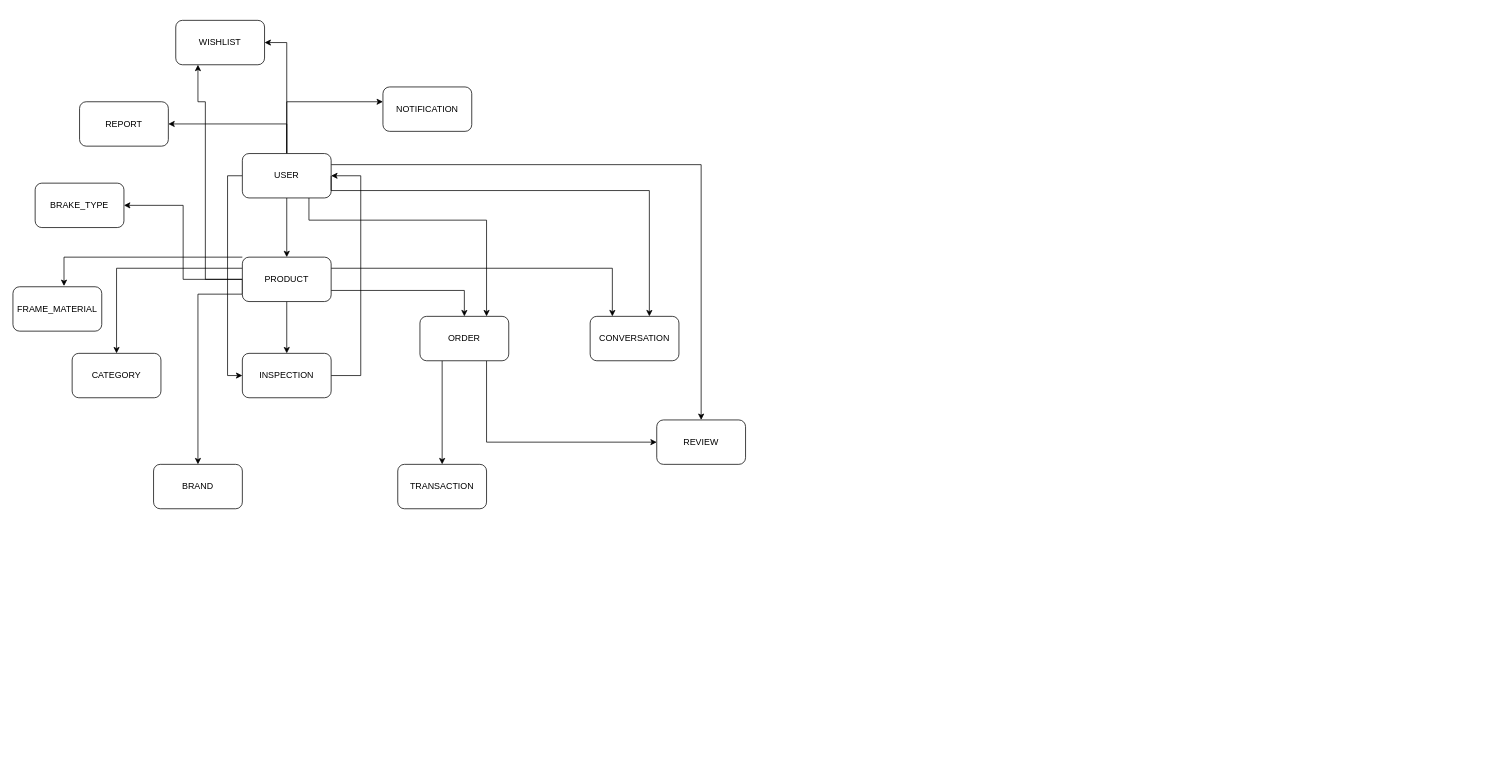
Before: CONCEPTUAL-ERD.drawio in DarwinDO/old-bicycles-project, a draw.io diagram. Source tidied: cells renumbered, new cells numbered last; positions are measured from the earlier drawing's top-left corner, leaving out a move shared by most shapes. Both pictures are drawn from the tidied source at 74%, with x=0, y=0 at pixel (13, 20).
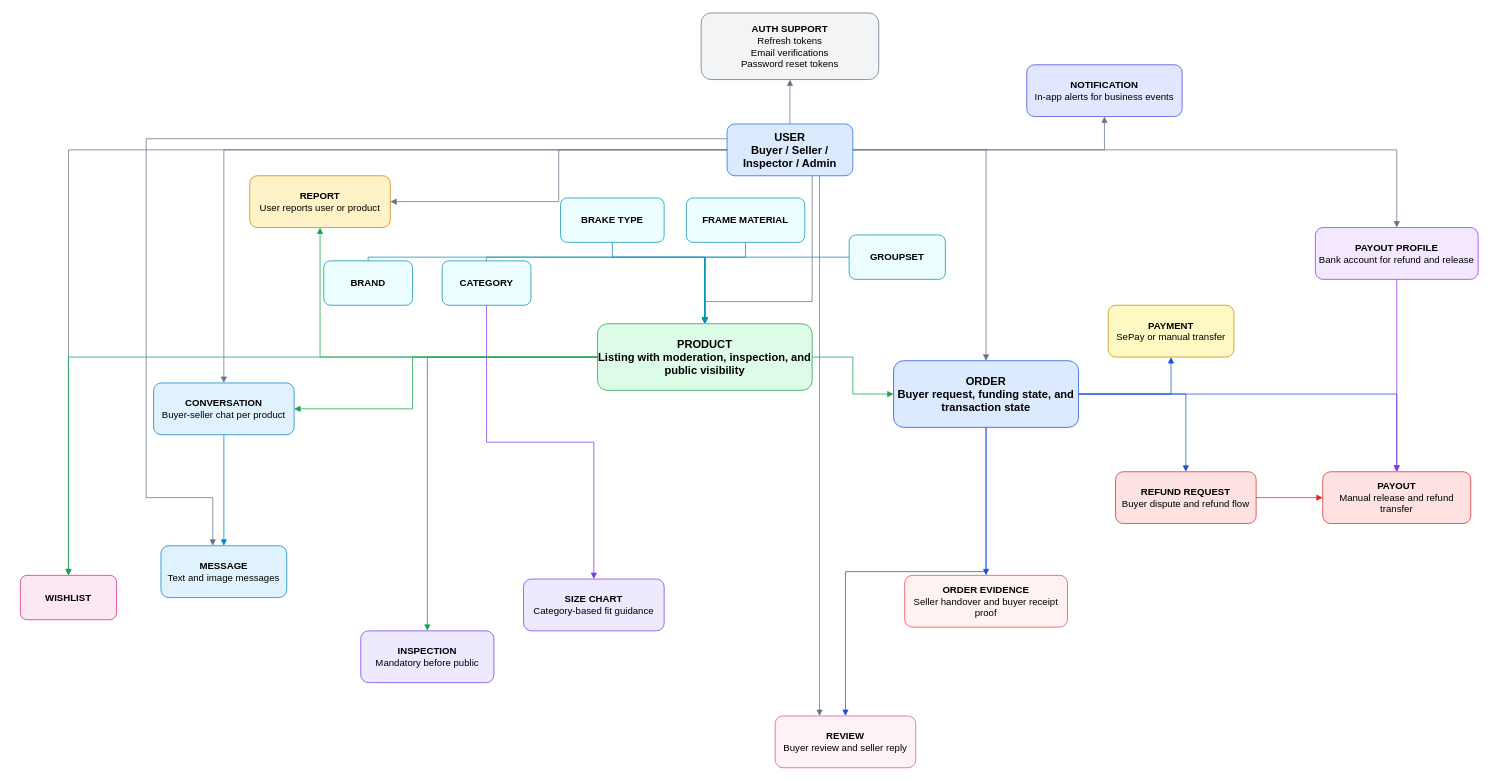
The same diagram, later.

Diff of the diagram source:
```diff
@@
-    <mxCell id="2" style="edgeStyle=orthogonalEdgeStyle;rounded=0;jettySize=auto;html=1;exitX=0.5;exitY=0;exitDx=0;exitDy=0;entryX=1;entryY=0.5;entryDx=0;entryDy=0;" parent="1" edge="1" source="9" target="10">
-      <mxGeometry relative="1" as="geometry" />
-    </mxCell>
-    <mxCell id="3" style="edgeStyle=orthogonalEdgeStyle;rounded=0;jettySize=auto;html=1;exitX=0.5;exitY=1;exitDx=0;exitDy=0;entryX=0.5;entryY=0;entryDx=0;entryDy=0;" parent="1" edge="1" source="9" target="18">
-      <mxGeometry relative="1" as="geometry" />
-    </mxCell>
-    <mxCell id="4" style="edgeStyle=orthogonalEdgeStyle;rounded=0;jettySize=auto;html=1;exitX=0;exitY=0.5;exitDx=0;exitDy=0;entryX=0;entryY=0.5;entryDx=0;entryDy=0;" parent="1" edge="1" source="9" target="20">
-      <mxGeometry relative="1" as="geometry" />
-    </mxCell>
-    <mxCell id="5" style="edgeStyle=orthogonalEdgeStyle;rounded=0;jettySize=auto;html=1;exitX=1;exitY=0.25;exitDx=0;exitDy=0;entryX=0.5;entryY=0;entryDx=0;entryDy=0;" parent="1" edge="1" source="9" target="28">
-      <mxGeometry relative="1" as="geometry" />
-    </mxCell>
-    <mxCell id="6" style="edgeStyle=orthogonalEdgeStyle;rounded=0;jettySize=auto;html=1;exitX=0.75;exitY=1;exitDx=0;exitDy=0;entryX=0.75;entryY=0;entryDx=0;entryDy=0;" parent="1" edge="1" source="9" target="25">
-      <mxGeometry relative="1" as="geometry">
-        <Array as="points">
-          <mxPoint x="400" y="270" />
-          <mxPoint x="640" y="270" />
-        </Array>
-      </mxGeometry>
-    </mxCell>
-    <mxCell id="7" style="edgeStyle=orthogonalEdgeStyle;rounded=0;jettySize=auto;html=1;" parent="1" edge="1" source="9" target="33">
-      <mxGeometry relative="1" as="geometry">
-        <Array as="points">
-          <mxPoint x="370" y="110" />
-        </Array>
-      </mxGeometry>
-    </mxCell>
-    <mxCell id="8" style="edgeStyle=orthogonalEdgeStyle;rounded=0;jettySize=auto;html=1;entryX=1;entryY=0.5;entryDx=0;entryDy=0;" parent="1" edge="1" source="9" target="34">
-      <mxGeometry relative="1" as="geometry" />
-    </mxCell>
-    <mxCell id="9" value="USER" style="rounded=1;whiteSpace=wrap;html=1;" parent="1" vertex="1">
-      <mxGeometry x="310" y="180" width="120" height="60" as="geometry" />
-    </mxCell>
-    <mxCell id="10" value="REPORT" style="rounded=1;whiteSpace=wrap;html=1;" parent="1" vertex="1">
-      <mxGeometry x="90" y="110" width="120" height="60" as="geometry" />
-    </mxCell>
-    <mxCell id="11" style="edgeStyle=orthogonalEdgeStyle;rounded=0;jettySize=auto;html=1;exitX=0.5;exitY=1;exitDx=0;exitDy=0;entryX=0.5;entryY=0;entryDx=0;entryDy=0;" parent="1" edge="1" source="18" target="20">
-      <mxGeometry relative="1" as="geometry" />
-    </mxCell>
-    <mxCell id="12" style="edgeStyle=orthogonalEdgeStyle;rounded=0;jettySize=auto;html=1;exitX=0;exitY=0.5;exitDx=0;exitDy=0;entryX=0.5;entryY=0;entryDx=0;entryDy=0;" parent="1" edge="1" source="18" target="21">
-      <mxGeometry relative="1" as="geometry">
-        <Array as="points">
-          <mxPoint x="310" y="370" />
-          <mxPoint x="250" y="370" />
-        </Array>
-      </mxGeometry>
-    </mxCell>
-    <mxCell id="13" style="edgeStyle=orthogonalEdgeStyle;rounded=0;jettySize=auto;html=1;exitX=0;exitY=0.25;exitDx=0;exitDy=0;entryX=0.5;entryY=0;entryDx=0;entryDy=0;" parent="1" edge="1" source="18" target="22">
-      <mxGeometry relative="1" as="geometry" />
-    </mxCell>
-    <mxCell id="14" style="edgeStyle=orthogonalEdgeStyle;rounded=0;jettySize=auto;html=1;exitX=1;exitY=0.75;exitDx=0;exitDy=0;" parent="1" edge="1" source="18" target="25">
-      <mxGeometry relative="1" as="geometry" />
-    </mxCell>
-    <mxCell id="15" style="edgeStyle=orthogonalEdgeStyle;rounded=0;jettySize=auto;html=1;exitX=1;exitY=0.25;exitDx=0;exitDy=0;entryX=0.25;entryY=0;entryDx=0;entryDy=0;" parent="1" edge="1" source="18" target="26">
-      <mxGeometry relative="1" as="geometry">
-        <Array as="points">
-          <mxPoint x="810" y="335" />
-        </Array>
-      </mxGeometry>
-    </mxCell>
-    <mxCell id="16" style="edgeStyle=orthogonalEdgeStyle;rounded=0;jettySize=auto;html=1;entryX=1;entryY=0.5;entryDx=0;entryDy=0;" parent="1" edge="1" source="18" target="30">
-      <mxGeometry relative="1" as="geometry" />
-    </mxCell>
-    <mxCell id="17" style="edgeStyle=orthogonalEdgeStyle;rounded=0;jettySize=auto;html=1;entryX=0.25;entryY=1;entryDx=0;entryDy=0;" parent="1" edge="1" source="18" target="34">
-      <mxGeometry relative="1" as="geometry">
-        <Array as="points">
-          <mxPoint x="260" y="350" />
-          <mxPoint x="260" y="110" />
-          <mxPoint x="250" y="110" />
-        </Array>
-      </mxGeometry>
-    </mxCell>
-    <mxCell id="18" value="PRODUCT" style="rounded=1;whiteSpace=wrap;html=1;" parent="1" vertex="1">
-      <mxGeometry x="310" y="320" width="120" height="60" as="geometry" />
-    </mxCell>
-    <mxCell id="19" style="edgeStyle=orthogonalEdgeStyle;rounded=0;jettySize=auto;html=1;exitX=1;exitY=0.5;exitDx=0;exitDy=0;entryX=1;entryY=0.5;entryDx=0;entryDy=0;" parent="1" edge="1" source="20" target="9">
-      <mxGeometry relative="1" as="geometry">
-        <Array as="points">
-          <mxPoint x="470" y="480" />
-          <mxPoint x="470" y="210" />
-        </Array>
-      </mxGeometry>
-    </mxCell>
-    <mxCell id="20" value="INSPECTION" style="rounded=1;whiteSpace=wrap;html=1;" parent="1" vertex="1">
-      <mxGeometry x="310" y="450" width="120" height="60" as="geometry" />
-    </mxCell>
+    <mxCell id="35" value="&lt;b&gt;AUTH SUPPORT&lt;/b&gt;&lt;br/&gt;Refresh tokens&lt;br/&gt;Email verifications&lt;br/&gt;Password reset tokens" style="rounded=1;whiteSpace=wrap;html=1;fillColor=#f3f4f6;strokeColor=#64748b;fontSize=13;" parent="1" vertex="1">
+      <mxGeometry x="930" y="-10" width="240" height="90" as="geometry" />
+    </mxCell>
+    <mxCell id="36" value="&lt;b&gt;USER&lt;/b&gt;&lt;br/&gt;Buyer / Seller / Inspector / Admin" style="rounded=1;whiteSpace=wrap;html=1;fillColor=#dbeafe;strokeColor=#2563eb;fontSize=15;fontStyle=1;" parent="1" vertex="1">
+      <mxGeometry x="965" y="140" width="170" height="70" as="geometry" />
+    </mxCell>
+    <mxCell id="37" value="&lt;b&gt;REPORT&lt;/b&gt;&lt;br/&gt;User reports user or product" style="rounded=1;whiteSpace=wrap;html=1;fillColor=#fef3c7;strokeColor=#d97706;fontSize=13;" parent="1" vertex="1">
+      <mxGeometry x="320" y="210" width="190" height="70" as="geometry" />
+    </mxCell>
-    <mxCell id="21" value="BRAND" style="rounded=1;whiteSpace=wrap;html=1;" parent="1" vertex="1">
-      <mxGeometry x="190" y="600" width="120" height="60" as="geometry" />
+    <mxCell id="21" value="&lt;b&gt;BRAND&lt;/b&gt;" style="rounded=1;whiteSpace=wrap;html=1;fillColor=#ecfeff;strokeColor=#0891b2;fontSize=13;" parent="1" vertex="1">
+      <mxGeometry x="420" y="325" width="120" height="60" as="geometry" />
     </mxCell>
-    <mxCell id="22" value="CATEGORY" style="rounded=1;whiteSpace=wrap;html=1;" parent="1" vertex="1">
-      <mxGeometry x="80" y="450" width="120" height="60" as="geometry" />
+    <mxCell id="22" value="&lt;b&gt;CATEGORY&lt;/b&gt;" style="rounded=1;whiteSpace=wrap;html=1;fillColor=#ecfeff;strokeColor=#0891b2;fontSize=13;" parent="1" vertex="1">
+      <mxGeometry x="580" y="325" width="120" height="60" as="geometry" />
     </mxCell>
-    <mxCell id="23" style="edgeStyle=orthogonalEdgeStyle;rounded=0;jettySize=auto;html=1;exitX=0.75;exitY=1;exitDx=0;exitDy=0;entryX=0;entryY=0.5;entryDx=0;entryDy=0;" parent="1" edge="1" source="25" target="28">
-      <mxGeometry relative="1" as="geometry" />
-    </mxCell>
-    <mxCell id="24" style="edgeStyle=orthogonalEdgeStyle;rounded=0;jettySize=auto;html=1;exitX=0.25;exitY=1;exitDx=0;exitDy=0;" parent="1" edge="1" source="25" target="27">
-      <mxGeometry relative="1" as="geometry" />
-    </mxCell>
-    <mxCell id="25" value="ORDER" style="rounded=1;whiteSpace=wrap;html=1;" parent="1" vertex="1">
-      <mxGeometry x="550" y="400" width="120" height="60" as="geometry" />
-    </mxCell>
-    <mxCell id="26" value="CONVERSATION" style="rounded=1;whiteSpace=wrap;html=1;" parent="1" vertex="1">
-      <mxGeometry x="780" y="400" width="120" height="60" as="geometry" />
-    </mxCell>
-    <mxCell id="27" value="TRANSACTION" style="rounded=1;whiteSpace=wrap;html=1;" parent="1" vertex="1">
-      <mxGeometry x="520" y="600" width="120" height="60" as="geometry" />
-    </mxCell>
-    <mxCell id="28" value="REVIEW" style="rounded=1;whiteSpace=wrap;html=1;" parent="1" vertex="1">
-      <mxGeometry x="870" y="540" width="120" height="60" as="geometry" />
-    </mxCell>
-    <mxCell id="29" style="edgeStyle=orthogonalEdgeStyle;rounded=0;jettySize=auto;html=1;exitX=1;exitY=0.5;exitDx=0;exitDy=0;" parent="1" edge="1" source="9" target="26">
-      <mxGeometry relative="1" as="geometry">
-        <Array as="points">
-          <mxPoint x="430" y="230" />
-          <mxPoint x="860" y="230" />
-        </Array>
-      </mxGeometry>
-    </mxCell>
-    <mxCell id="30" value="BRAKE_TYPE" style="rounded=1;whiteSpace=wrap;html=1;" parent="1" vertex="1">
-      <mxGeometry x="30" y="220" width="120" height="60" as="geometry" />
-    </mxCell>
-    <mxCell id="31" value="FRAME_MATERIAL" style="rounded=1;whiteSpace=wrap;html=1;" parent="1" vertex="1">
-      <mxGeometry y="360" width="120" height="60" as="geometry" />
-    </mxCell>
-    <mxCell id="32" style="edgeStyle=orthogonalEdgeStyle;rounded=0;jettySize=auto;html=1;entryX=0.575;entryY=-0.017;entryDx=0;entryDy=0;entryPerimeter=0;" parent="1" edge="1" source="18" target="31">
-      <mxGeometry relative="1" as="geometry">
-        <Array as="points">
-          <mxPoint x="69" y="320" />
-        </Array>
-      </mxGeometry>
-    </mxCell>
-    <mxCell id="33" value="NOTIFICATION" style="rounded=1;whiteSpace=wrap;html=1;" parent="1" vertex="1">
-      <mxGeometry x="500" y="90" width="120" height="60" as="geometry" />
-    </mxCell>
+    <mxCell id="38" value="&lt;b&gt;BRAKE TYPE&lt;/b&gt;" style="rounded=1;whiteSpace=wrap;html=1;fillColor=#ecfeff;strokeColor=#0891b2;fontSize=13;" parent="1" vertex="1">
+      <mxGeometry x="740" y="240" width="140" height="60" as="geometry" />
+    </mxCell>
+    <mxCell id="39" value="&lt;b&gt;FRAME MATERIAL&lt;/b&gt;" style="rounded=1;whiteSpace=wrap;html=1;fillColor=#ecfeff;strokeColor=#0891b2;fontSize=13;" parent="1" vertex="1">
+      <mxGeometry x="910" y="240" width="160" height="60" as="geometry" />
+    </mxCell>
+    <mxCell id="40" value="&lt;b&gt;GROUPSET&lt;/b&gt;" style="rounded=1;whiteSpace=wrap;html=1;fillColor=#ecfeff;strokeColor=#0891b2;fontSize=13;" parent="1" vertex="1">
+      <mxGeometry x="1130" y="290" width="130" height="60" as="geometry" />
+    </mxCell>
+    <mxCell id="41" value="&lt;b&gt;PRODUCT&lt;/b&gt;&lt;br/&gt;Listing with moderation, inspection, and public visibility" style="rounded=1;whiteSpace=wrap;html=1;fillColor=#dcfce7;strokeColor=#16a34a;fontSize=15;fontStyle=1;" parent="1" vertex="1">
+      <mxGeometry x="790" y="410" width="290" height="90" as="geometry" />
+    </mxCell>
-    <mxCell id="34" value="WISHLIST" style="rounded=1;whiteSpace=wrap;html=1;" parent="1" vertex="1">
-      <mxGeometry x="220" width="120" height="60" as="geometry" />
+    <mxCell id="34" value="&lt;b&gt;WISHLIST&lt;/b&gt;" style="rounded=1;whiteSpace=wrap;html=1;fillColor=#fce7f3;strokeColor=#db2777;fontSize=13;" parent="1" vertex="1">
+      <mxGeometry x="10" y="750" width="130" height="60" as="geometry" />
     </mxCell>
+    <mxCell id="42" value="&lt;b&gt;INSPECTION&lt;/b&gt;&lt;br/&gt;Mandatory before public" style="rounded=1;whiteSpace=wrap;html=1;fillColor=#ede9fe;strokeColor=#7c3aed;fontSize=13;" parent="1" vertex="1">
+      <mxGeometry x="470" y="825" width="180" height="70" as="geometry" />
+    </mxCell>
+    <mxCell id="43" value="&lt;b&gt;SIZE CHART&lt;/b&gt;&lt;br/&gt;Category-based fit guidance" style="rounded=1;whiteSpace=wrap;html=1;fillColor=#ede9fe;strokeColor=#7c3aed;fontSize=13;" parent="1" vertex="1">
+      <mxGeometry x="690" y="755" width="190" height="70" as="geometry" />
+    </mxCell>
+    <mxCell id="44" value="&lt;b&gt;ORDER&lt;/b&gt;&lt;br/&gt;Buyer request, funding state, and transaction state" style="rounded=1;whiteSpace=wrap;html=1;fillColor=#dbeafe;strokeColor=#1d4ed8;fontSize=15;fontStyle=1;" parent="1" vertex="1">
+      <mxGeometry x="1190" y="460" width="250" height="90" as="geometry" />
+    </mxCell>
+    <mxCell id="45" value="&lt;b&gt;PAYMENT&lt;/b&gt;&lt;br/&gt;SePay or manual transfer" style="rounded=1;whiteSpace=wrap;html=1;fillColor=#fef9c3;strokeColor=#ca8a04;fontSize=13;" parent="1" vertex="1">
+      <mxGeometry x="1480" y="385" width="170" height="70" as="geometry" />
+    </mxCell>
+    <mxCell id="46" value="&lt;b&gt;REFUND REQUEST&lt;/b&gt;&lt;br/&gt;Buyer dispute and refund flow" style="rounded=1;whiteSpace=wrap;html=1;fillColor=#fee2e2;strokeColor=#dc2626;fontSize=13;" parent="1" vertex="1">
+      <mxGeometry x="1490" y="610" width="190" height="70" as="geometry" />
+    </mxCell>
+    <mxCell id="47" value="&lt;b&gt;PAYOUT&lt;/b&gt;&lt;br/&gt;Manual release and refund transfer" style="rounded=1;whiteSpace=wrap;html=1;fillColor=#fee2e2;strokeColor=#dc2626;fontSize=13;" parent="1" vertex="1">
+      <mxGeometry x="1770" y="610" width="200" height="70" as="geometry" />
+    </mxCell>
+    <mxCell id="48" value="&lt;b&gt;PAYOUT PROFILE&lt;/b&gt;&lt;br/&gt;Bank account for refund and release" style="rounded=1;whiteSpace=wrap;html=1;fillColor=#f3e8ff;strokeColor=#9333ea;fontSize=13;" parent="1" vertex="1">
+      <mxGeometry x="1760" y="280" width="220" height="70" as="geometry" />
+    </mxCell>
+    <mxCell id="49" value="&lt;b&gt;ORDER EVIDENCE&lt;/b&gt;&lt;br/&gt;Seller handover and buyer receipt proof" style="rounded=1;whiteSpace=wrap;html=1;fillColor=#fef2f2;strokeColor=#ef4444;fontSize=13;" parent="1" vertex="1">
+      <mxGeometry x="1205" y="750" width="220" height="70" as="geometry" />
+    </mxCell>
+    <mxCell id="50" value="&lt;b&gt;REVIEW&lt;/b&gt;&lt;br/&gt;Buyer review and seller reply" style="rounded=1;whiteSpace=wrap;html=1;fillColor=#fdf2f8;strokeColor=#ec4899;fontSize=13;" parent="1" vertex="1">
+      <mxGeometry x="1030" y="940" width="190" height="70" as="geometry" />
+    </mxCell>
+    <mxCell id="51" value="&lt;b&gt;CONVERSATION&lt;/b&gt;&lt;br/&gt;Buyer-seller chat per product" style="rounded=1;whiteSpace=wrap;html=1;fillColor=#e0f2fe;strokeColor=#0284c7;fontSize=13;" parent="1" vertex="1">
+      <mxGeometry x="190" y="490" width="190" height="70" as="geometry" />
+    </mxCell>
+    <mxCell id="52" value="&lt;b&gt;MESSAGE&lt;/b&gt;&lt;br/&gt;Text and image messages" style="rounded=1;whiteSpace=wrap;html=1;fillColor=#e0f2fe;strokeColor=#0284c7;fontSize=13;" parent="1" vertex="1">
+      <mxGeometry x="200" y="710" width="170" height="70" as="geometry" />
+    </mxCell>
+    <mxCell id="53" value="&lt;b&gt;NOTIFICATION&lt;/b&gt;&lt;br/&gt;In-app alerts for business events" style="rounded=1;whiteSpace=wrap;html=1;fillColor=#e0e7ff;strokeColor=#4f46e5;fontSize=13;" parent="1" vertex="1">
+      <mxGeometry x="1370" y="60" width="210" height="70" as="geometry" />
+    </mxCell>
+    <mxCell id="54" style="edgeStyle=orthogonalEdgeStyle;rounded=0;jettySize=auto;html=1;endArrow=block;endFill=1;strokeColor=#64748b;" parent="1" edge="1" source="36" target="35">
+      <mxGeometry relative="1" as="geometry" />
+    </mxCell>
+    <mxCell id="55" style="edgeStyle=orthogonalEdgeStyle;rounded=0;jettySize=auto;html=1;endArrow=block;endFill=1;strokeColor=#64748b;" parent="1" edge="1" source="36" target="41">
+      <mxGeometry relative="1" as="geometry">
+        <Array as="points">
+          <mxPoint x="1080" y="380" />
+          <mxPoint x="935" y="380" />
+        </Array>
+      </mxGeometry>
+    </mxCell>
+    <mxCell id="56" style="edgeStyle=orthogonalEdgeStyle;rounded=0;jettySize=auto;html=1;endArrow=block;endFill=1;strokeColor=#64748b;" parent="1" edge="1" source="36" target="44">
+      <mxGeometry relative="1" as="geometry" />
+    </mxCell>
+    <mxCell id="57" style="edgeStyle=orthogonalEdgeStyle;rounded=0;jettySize=auto;html=1;endArrow=block;endFill=1;strokeColor=#64748b;" parent="1" edge="1" source="36" target="48">
+      <mxGeometry relative="1" as="geometry" />
+    </mxCell>
+    <mxCell id="58" style="edgeStyle=orthogonalEdgeStyle;rounded=0;jettySize=auto;html=1;endArrow=block;endFill=1;strokeColor=#64748b;" parent="1" edge="1" source="36" target="50">
+      <mxGeometry relative="1" as="geometry">
+        <Array as="points">
+          <mxPoint x="1090" y="760" />
+          <mxPoint x="1090" y="760" />
+        </Array>
+      </mxGeometry>
+    </mxCell>
+    <mxCell id="59" style="edgeStyle=orthogonalEdgeStyle;rounded=0;jettySize=auto;html=1;endArrow=block;endFill=1;strokeColor=#64748b;" parent="1" edge="1" source="36" target="37">
+      <mxGeometry relative="1" as="geometry" />
+    </mxCell>
+    <mxCell id="60" style="edgeStyle=orthogonalEdgeStyle;rounded=0;jettySize=auto;html=1;endArrow=block;endFill=1;strokeColor=#64748b;" parent="1" edge="1" source="36" target="51">
+      <mxGeometry relative="1" as="geometry" />
+    </mxCell>
+    <mxCell id="61" style="edgeStyle=orthogonalEdgeStyle;rounded=0;jettySize=auto;html=1;endArrow=block;endFill=1;strokeColor=#64748b;" parent="1" edge="1" source="36" target="52">
+      <mxGeometry relative="1" as="geometry">
+        <Array as="points">
+          <mxPoint x="180" y="160" />
+          <mxPoint x="180" y="645" />
+          <mxPoint x="270" y="645" />
+        </Array>
+      </mxGeometry>
+    </mxCell>
+    <mxCell id="62" style="edgeStyle=orthogonalEdgeStyle;rounded=0;jettySize=auto;html=1;endArrow=block;endFill=1;strokeColor=#64748b;" parent="1" edge="1" source="36" target="53">
+      <mxGeometry relative="1" as="geometry" />
+    </mxCell>
+    <mxCell id="63" style="edgeStyle=orthogonalEdgeStyle;rounded=0;jettySize=auto;html=1;endArrow=block;endFill=1;strokeColor=#64748b;" parent="1" edge="1" source="36" target="34">
+      <mxGeometry relative="1" as="geometry" />
+    </mxCell>
+    <mxCell id="64" style="edgeStyle=orthogonalEdgeStyle;rounded=0;jettySize=auto;html=1;endArrow=block;endFill=1;strokeColor=#0891b2;" parent="1" edge="1" source="21" target="41">
+      <mxGeometry relative="1" as="geometry">
+        <Array as="points">
+          <mxPoint x="480" y="320" />
+          <mxPoint x="935" y="320" />
+        </Array>
+      </mxGeometry>
+    </mxCell>
+    <mxCell id="65" style="edgeStyle=orthogonalEdgeStyle;rounded=0;jettySize=auto;html=1;endArrow=block;endFill=1;strokeColor=#0891b2;" parent="1" edge="1" source="22" target="41">
+      <mxGeometry relative="1" as="geometry">
+        <Array as="points">
+          <mxPoint x="640" y="320" />
+          <mxPoint x="935" y="320" />
+        </Array>
+      </mxGeometry>
+    </mxCell>
+    <mxCell id="66" style="edgeStyle=orthogonalEdgeStyle;rounded=0;jettySize=auto;html=1;endArrow=block;endFill=1;strokeColor=#0891b2;" parent="1" edge="1" source="38" target="41">
+      <mxGeometry relative="1" as="geometry">
+        <Array as="points">
+          <mxPoint x="810" y="320" />
+          <mxPoint x="935" y="320" />
+        </Array>
+      </mxGeometry>
+    </mxCell>
+    <mxCell id="67" style="edgeStyle=orthogonalEdgeStyle;rounded=0;jettySize=auto;html=1;endArrow=block;endFill=1;strokeColor=#0891b2;" parent="1" edge="1" source="39" target="41">
+      <mxGeometry relative="1" as="geometry">
+        <Array as="points">
+          <mxPoint x="990" y="320" />
+          <mxPoint x="935" y="320" />
+        </Array>
+      </mxGeometry>
+    </mxCell>
+    <mxCell id="68" style="edgeStyle=orthogonalEdgeStyle;rounded=0;jettySize=auto;html=1;endArrow=block;endFill=1;strokeColor=#0891b2;" parent="1" edge="1" source="40" target="41">
+      <mxGeometry relative="1" as="geometry" />
+    </mxCell>
+    <mxCell id="69" style="edgeStyle=orthogonalEdgeStyle;rounded=0;jettySize=auto;html=1;endArrow=block;endFill=1;strokeColor=#7c3aed;" parent="1" edge="1" source="22" target="43">
+      <mxGeometry relative="1" as="geometry" />
+    </mxCell>
+    <mxCell id="70" style="edgeStyle=orthogonalEdgeStyle;rounded=0;jettySize=auto;html=1;endArrow=block;endFill=1;strokeColor=#16a34a;" parent="1" edge="1" source="41" target="42">
+      <mxGeometry relative="1" as="geometry" />
+    </mxCell>
+    <mxCell id="71" style="edgeStyle=orthogonalEdgeStyle;rounded=0;jettySize=auto;html=1;endArrow=block;endFill=1;strokeColor=#16a34a;" parent="1" edge="1" source="41" target="44">
+      <mxGeometry relative="1" as="geometry" />
+    </mxCell>
+    <mxCell id="72" style="edgeStyle=orthogonalEdgeStyle;rounded=0;jettySize=auto;html=1;endArrow=block;endFill=1;strokeColor=#16a34a;" parent="1" edge="1" source="41" target="34">
+      <mxGeometry relative="1" as="geometry" />
+    </mxCell>
+    <mxCell id="73" style="edgeStyle=orthogonalEdgeStyle;rounded=0;jettySize=auto;html=1;endArrow=block;endFill=1;strokeColor=#16a34a;" parent="1" edge="1" source="41" target="51">
+      <mxGeometry relative="1" as="geometry">
+        <Array as="points">
+          <mxPoint x="540" y="455" />
+          <mxPoint x="540" y="525" />
+        </Array>
+      </mxGeometry>
+    </mxCell>
+    <mxCell id="74" style="edgeStyle=orthogonalEdgeStyle;rounded=0;jettySize=auto;html=1;endArrow=block;endFill=1;strokeColor=#16a34a;" parent="1" edge="1" source="41" target="37">
+      <mxGeometry relative="1" as="geometry" />
+    </mxCell>
+    <mxCell id="75" style="edgeStyle=orthogonalEdgeStyle;rounded=0;jettySize=auto;html=1;endArrow=block;endFill=1;strokeColor=#1d4ed8;" parent="1" edge="1" source="44" target="45">
+      <mxGeometry relative="1" as="geometry" />
+    </mxCell>
+    <mxCell id="76" style="edgeStyle=orthogonalEdgeStyle;rounded=0;jettySize=auto;html=1;endArrow=block;endFill=1;strokeColor=#1d4ed8;" parent="1" edge="1" source="44" target="46">
+      <mxGeometry relative="1" as="geometry" />
+    </mxCell>
+    <mxCell id="77" style="edgeStyle=orthogonalEdgeStyle;rounded=0;jettySize=auto;html=1;endArrow=block;endFill=1;strokeColor=#1d4ed8;" parent="1" edge="1" source="44" target="47">
+      <mxGeometry relative="1" as="geometry" />
+    </mxCell>
+    <mxCell id="78" style="edgeStyle=orthogonalEdgeStyle;rounded=0;jettySize=auto;html=1;endArrow=block;endFill=1;strokeColor=#1d4ed8;" parent="1" edge="1" source="44" target="49">
+      <mxGeometry relative="1" as="geometry" />
+    </mxCell>
+    <mxCell id="79" style="edgeStyle=orthogonalEdgeStyle;rounded=0;jettySize=auto;html=1;endArrow=block;endFill=1;strokeColor=#1d4ed8;" parent="1" edge="1" source="44" target="50">
+      <mxGeometry relative="1" as="geometry" />
+    </mxCell>
+    <mxCell id="80" style="edgeStyle=orthogonalEdgeStyle;rounded=0;jettySize=auto;html=1;endArrow=block;endFill=1;strokeColor=#dc2626;" parent="1" edge="1" source="46" target="47">
+      <mxGeometry relative="1" as="geometry" />
+    </mxCell>
+    <mxCell id="81" style="edgeStyle=orthogonalEdgeStyle;rounded=0;jettySize=auto;html=1;endArrow=block;endFill=1;strokeColor=#9333ea;" parent="1" edge="1" source="48" target="47">
+      <mxGeometry relative="1" as="geometry" />
+    </mxCell>
+    <mxCell id="82" style="edgeStyle=orthogonalEdgeStyle;rounded=0;jettySize=auto;html=1;endArrow=block;endFill=1;strokeColor=#0284c7;" parent="1" edge="1" source="51" target="52">
+      <mxGeometry relative="1" as="geometry" />
+    </mxCell>
```
